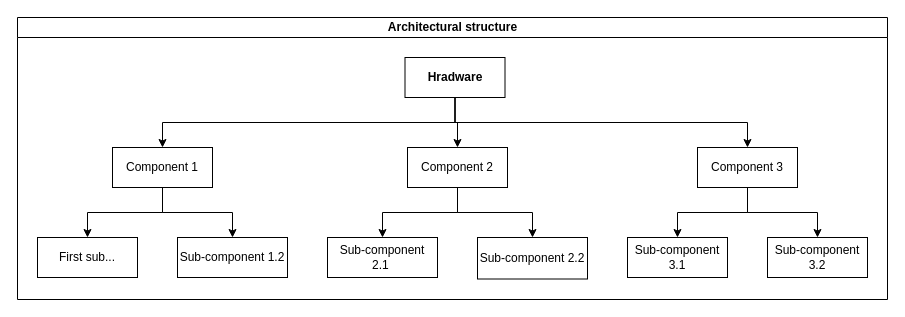
Above: Architectural model of mechanical structure for template.drawio in amerezoji1362/drawio-github (draw.io), before the change. Source tidied: cells renumbered, new cells numbered last; positions are measured from the earlier drawing's top-left corner, leaving out a move shared by most shapes. Both pictures are drawn from the tidied source at 100%, with x=0, y=0 at pixel (17, 17).
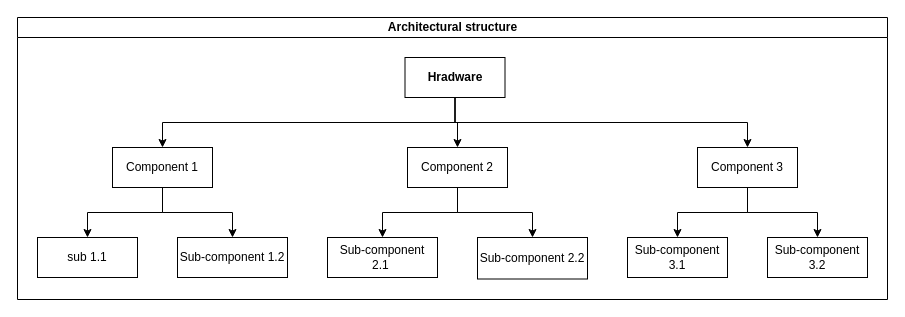
After the change.

The change refers to these unchanged cells:
```xml
<mxCell id="2" value="Architectural structure " style="swimlane;html=1;startSize=20;horizontal=1;horizontalTree=0;containerType=tree;" parent="1" vertex="1">
  <mxGeometry width="870" height="282" as="geometry" />
</mxCell>
```

The edit, as a diff of the source:
```diff
@@
-    <mxCell id="9" value="First sub..." style="whiteSpace=wrap;html=1;" parent="2" vertex="1">
+    <mxCell id="9" value="sub 1.1" style="whiteSpace=wrap;html=1;" parent="2" vertex="1">
       <mxGeometry x="20" y="220" width="100" height="40" as="geometry" />
     </mxCell>
```
